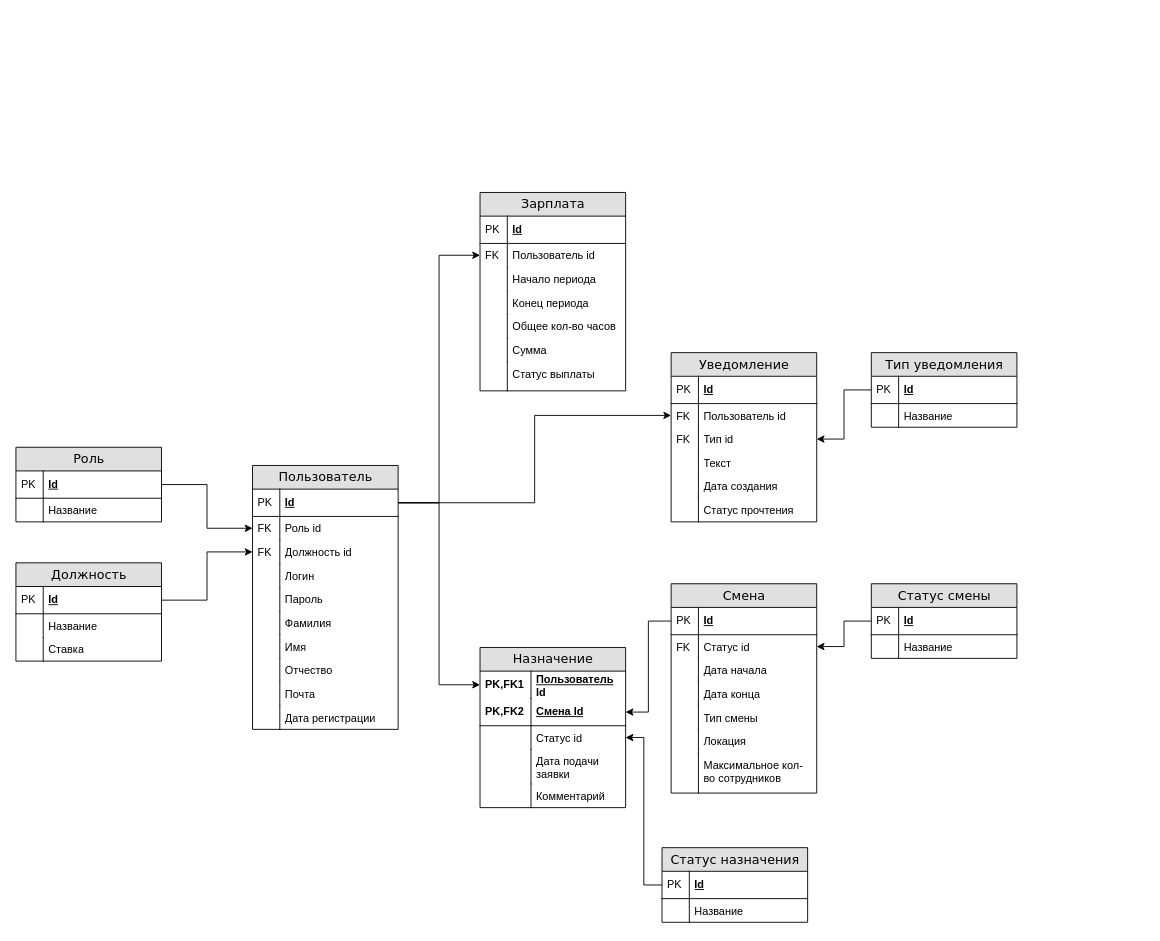
Earlier version of the draw.io diagram Диаграммы/DB_diagram.drawio (hhallva/WAMS). Source tidied: cells renumbered, new cells numbered last; positions are measured from the earlier drawing's top-left corner, leaving out a move shared by most shapes. Both pictures are drawn from the tidied source at 91%, with x=0, y=0 at pixel (15, 192).
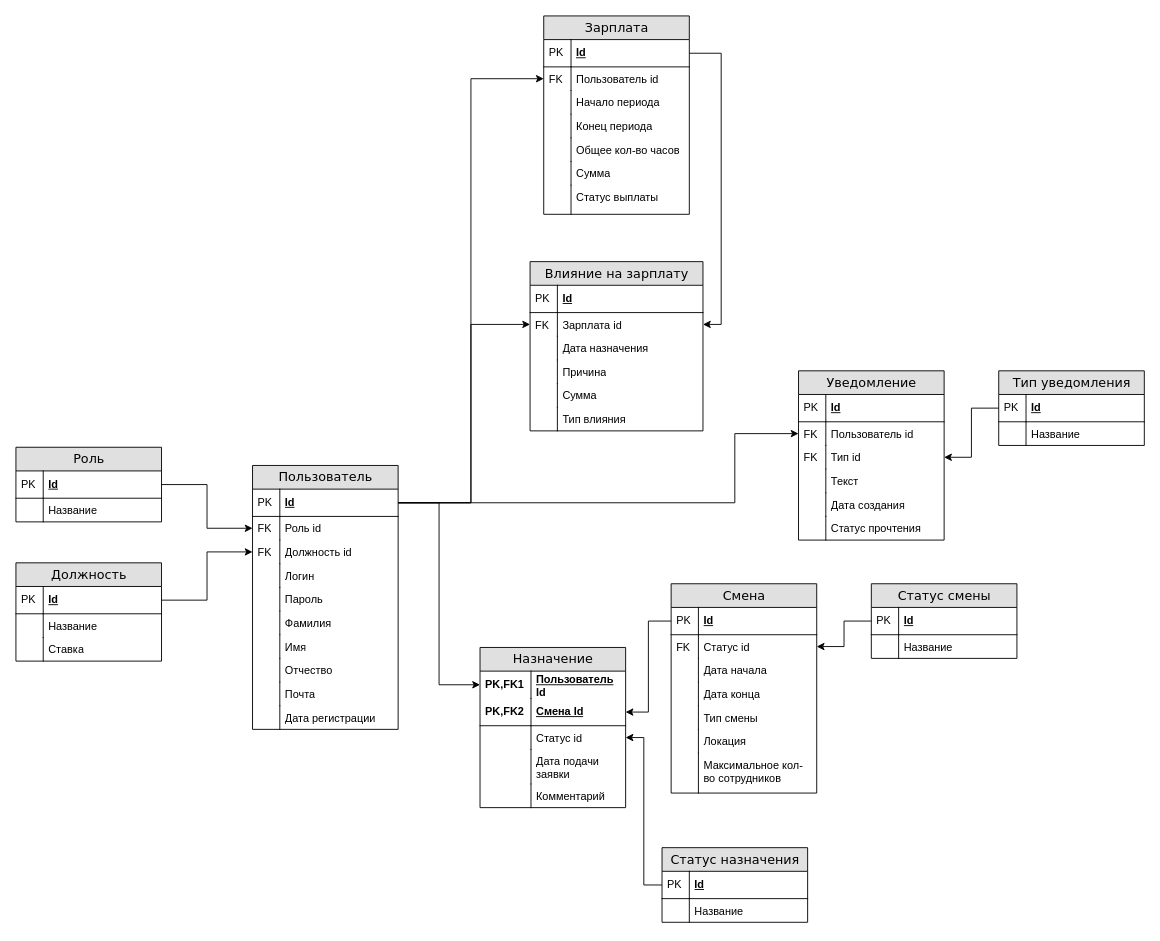
The same diagram, later.

Commit message:
Обновление схемы БД

Добавлена таблица Влияние на ЗП

The change refers to these unchanged cells:
```xml
<mxCell id="19" value="Id" style="shape=partialRectangle;top=0;left=0;right=0;bottom=1;html=1;align=left;verticalAlign=middle;fillColor=none;spacingLeft=34;spacingRight=4;whiteSpace=wrap;overflow=hidden;points=[[0,0.5],[1,0.5]];portConstraint=eastwest;fontStyle=5;" parent="18" vertex="1">
  <mxGeometry y="26" width="160" height="30" as="geometry" />
</mxCell>
<mxCell id="68" value="Id" style="shape=partialRectangle;top=0;left=0;right=0;bottom=1;html=1;align=left;verticalAlign=middle;fillColor=none;spacingLeft=34;spacingRight=4;whiteSpace=wrap;overflow=hidden;points=[[0,0.5],[1,0.5]];portConstraint=eastwest;fontStyle=5;" parent="67" vertex="1">
  <mxGeometry y="26" width="160" height="30" as="geometry" />
</mxCell>
<mxCell id="95" value="Пользователь id" style="shape=partialRectangle;top=0;left=0;right=0;bottom=0;html=1;align=left;verticalAlign=top;fillColor=none;spacingLeft=34;spacingRight=4;whiteSpace=wrap;overflow=hidden;points=[[0,0.5],[1,0.5]];portConstraint=eastwest;" parent="92" vertex="1">
  <mxGeometry y="56" width="160" height="26" as="geometry" />
</mxCell>
```

The edit, as a diff of the source:
```diff
@@
     <mxCell id="67" value="Зарплата" style="swimlane;html=1;fontStyle=0;horizontal=1;startSize=26;fillColor=#e0e0e0;swimlaneFillColor=#ffffff;align=center;rounded=0;shadow=0;comic=0;labelBackgroundColor=none;strokeWidth=1;fontFamily=Verdana;fontSize=14;swimlaneLine=1;" parent="1" vertex="1">
-      <mxGeometry x="510" width="160" height="218" as="geometry" />
+      <mxGeometry x="580" y="-194" width="160" height="218" as="geometry" />
     </mxCell>
@@
     <mxCell id="92" value="Уведомление" style="swimlane;html=1;fontStyle=0;horizontal=1;startSize=26;fillColor=#e0e0e0;swimlaneFillColor=#ffffff;align=center;rounded=0;shadow=0;comic=0;labelBackgroundColor=none;strokeWidth=1;fontFamily=Verdana;fontSize=14;swimlaneLine=1;" parent="1" vertex="1">
-      <mxGeometry x="720" y="176" width="160" height="186" as="geometry" />
+      <mxGeometry x="860" y="196" width="160" height="186" as="geometry" />
     </mxCell>
@@
     <mxCell id="105" value="Тип уведомления" style="swimlane;html=1;fontStyle=0;horizontal=1;startSize=26;fillColor=#e0e0e0;swimlaneFillColor=#ffffff;align=center;rounded=0;shadow=0;comic=0;labelBackgroundColor=none;strokeWidth=1;fontFamily=Verdana;fontSize=14;swimlaneLine=1;" parent="1" vertex="1">
-      <mxGeometry x="940" y="176" width="160" height="82" as="geometry" />
+      <mxGeometry x="1080" y="196" width="160" height="82" as="geometry" />
     </mxCell>
@@
     <mxCell id="111" style="edgeStyle=orthogonalEdgeStyle;rounded=0;jettySize=auto;html=1;" parent="1" edge="1" source="19" target="95">
-      <mxGeometry relative="1" as="geometry" />
+      <mxGeometry relative="1" as="geometry">
+        <Array as="points">
+          <mxPoint x="790" y="341" />
+          <mxPoint x="790" y="265" />
+        </Array>
+      </mxGeometry>
     </mxCell>
@@
+    <mxCell id="113" value="Влияние на зарплату" style="swimlane;html=1;fontStyle=0;horizontal=1;startSize=26;fillColor=#e0e0e0;swimlaneFillColor=#ffffff;align=center;rounded=0;shadow=0;comic=0;labelBackgroundColor=none;strokeWidth=1;fontFamily=Verdana;fontSize=14;swimlaneLine=1;" parent="1" vertex="1">
+      <mxGeometry x="565" y="76" width="190" height="186" as="geometry" />
+    </mxCell>
+    <mxCell id="114" value="Id" style="shape=partialRectangle;top=0;left=0;right=0;bottom=1;html=1;align=left;verticalAlign=middle;fillColor=none;spacingLeft=34;spacingRight=4;whiteSpace=wrap;overflow=hidden;fontStyle=5;" parent="113" vertex="1">
+      <mxGeometry y="26" width="190" height="30" as="geometry" />
+    </mxCell>
+    <mxCell id="115" value="PK" style="shape=partialRectangle;top=0;left=0;bottom=0;html=1;fillColor=none;align=left;verticalAlign=middle;spacingLeft=4;spacingRight=4;whiteSpace=wrap;overflow=hidden;" parent="114" vertex="1">
+      <mxGeometry width="30" height="30" as="geometry" />
+    </mxCell>
+    <mxCell id="116" value="Зарплата id" style="shape=partialRectangle;top=0;left=0;right=0;bottom=0;html=1;align=left;verticalAlign=top;fillColor=none;spacingLeft=34;spacingRight=4;whiteSpace=wrap;overflow=hidden;points=[[0,0.5],[1,0.5]];portConstraint=eastwest;" parent="113" vertex="1">
+      <mxGeometry y="56" width="190" height="26" as="geometry" />
+    </mxCell>
+    <mxCell id="117" value="FK" style="shape=partialRectangle;top=0;left=0;bottom=0;html=1;fillColor=none;align=left;verticalAlign=top;spacingLeft=4;spacingRight=4;whiteSpace=wrap;overflow=hidden;" parent="116" vertex="1">
+      <mxGeometry width="30" height="26" as="geometry" />
+    </mxCell>
+    <mxCell id="118" value="Дата назначения" style="shape=partialRectangle;top=0;left=0;right=0;bottom=0;html=1;align=left;verticalAlign=top;fillColor=none;spacingLeft=34;spacingRight=4;whiteSpace=wrap;overflow=hidden;" parent="113" vertex="1">
+      <mxGeometry y="82" width="190" height="26" as="geometry" />
+    </mxCell>
+    <mxCell id="119" style="shape=partialRectangle;top=0;left=0;bottom=0;html=1;fillColor=none;align=left;verticalAlign=top;spacingLeft=4;spacingRight=4;whiteSpace=wrap;overflow=hidden;" parent="118" vertex="1">
+      <mxGeometry width="30" height="26" as="geometry" />
+    </mxCell>
+    <mxCell id="120" value="Причина" style="shape=partialRectangle;top=0;left=0;right=0;bottom=0;html=1;align=left;verticalAlign=top;fillColor=none;spacingLeft=34;spacingRight=4;whiteSpace=wrap;overflow=hidden;" parent="113" vertex="1">
+      <mxGeometry y="108" width="190" height="26" as="geometry" />
+    </mxCell>
+    <mxCell id="121" style="shape=partialRectangle;top=0;left=0;bottom=0;html=1;fillColor=none;align=left;verticalAlign=top;spacingLeft=4;spacingRight=4;whiteSpace=wrap;overflow=hidden;" parent="120" vertex="1">
+      <mxGeometry width="30" height="26" as="geometry" />
+    </mxCell>
+    <mxCell id="122" value="Сумма" style="shape=partialRectangle;top=0;left=0;right=0;bottom=0;html=1;align=left;verticalAlign=top;fillColor=none;spacingLeft=34;spacingRight=4;whiteSpace=wrap;overflow=hidden;" parent="113" vertex="1">
+      <mxGeometry y="134" width="190" height="26" as="geometry" />
+    </mxCell>
+    <mxCell id="123" style="shape=partialRectangle;top=0;left=0;bottom=0;html=1;fillColor=none;align=left;verticalAlign=top;spacingLeft=4;spacingRight=4;whiteSpace=wrap;overflow=hidden;" parent="122" vertex="1">
+      <mxGeometry width="30" height="26" as="geometry" />
+    </mxCell>
+    <mxCell id="124" value="Тип влияния" style="shape=partialRectangle;top=0;left=0;right=0;bottom=0;html=1;align=left;verticalAlign=top;fillColor=none;spacingLeft=34;spacingRight=4;whiteSpace=wrap;overflow=hidden;" parent="113" vertex="1">
+      <mxGeometry y="160" width="190" height="26" as="geometry" />
+    </mxCell>
+    <mxCell id="125" style="shape=partialRectangle;top=0;left=0;bottom=0;html=1;fillColor=none;align=left;verticalAlign=top;spacingLeft=4;spacingRight=4;whiteSpace=wrap;overflow=hidden;" parent="124" vertex="1">
+      <mxGeometry width="30" height="26" as="geometry" />
+    </mxCell>
+    <mxCell id="126" style="edgeStyle=orthogonalEdgeStyle;rounded=0;jettySize=auto;html=1;" parent="1" edge="1" source="68" target="116">
+      <mxGeometry relative="1" as="geometry">
+        <Array as="points">
+          <mxPoint x="775" y="-153" />
+          <mxPoint x="775" y="145" />
+        </Array>
+      </mxGeometry>
+    </mxCell>
+    <mxCell id="127" style="edgeStyle=orthogonalEdgeStyle;rounded=0;jettySize=auto;html=1;" parent="1" edge="1" source="19">
+      <mxGeometry relative="1" as="geometry">
+        <mxPoint x="565" y="145" as="targetPoint" />
+        <Array as="points">
+          <mxPoint x="500" y="341" />
+          <mxPoint x="500" y="145" />
+        </Array>
+      </mxGeometry>
+    </mxCell>
```
